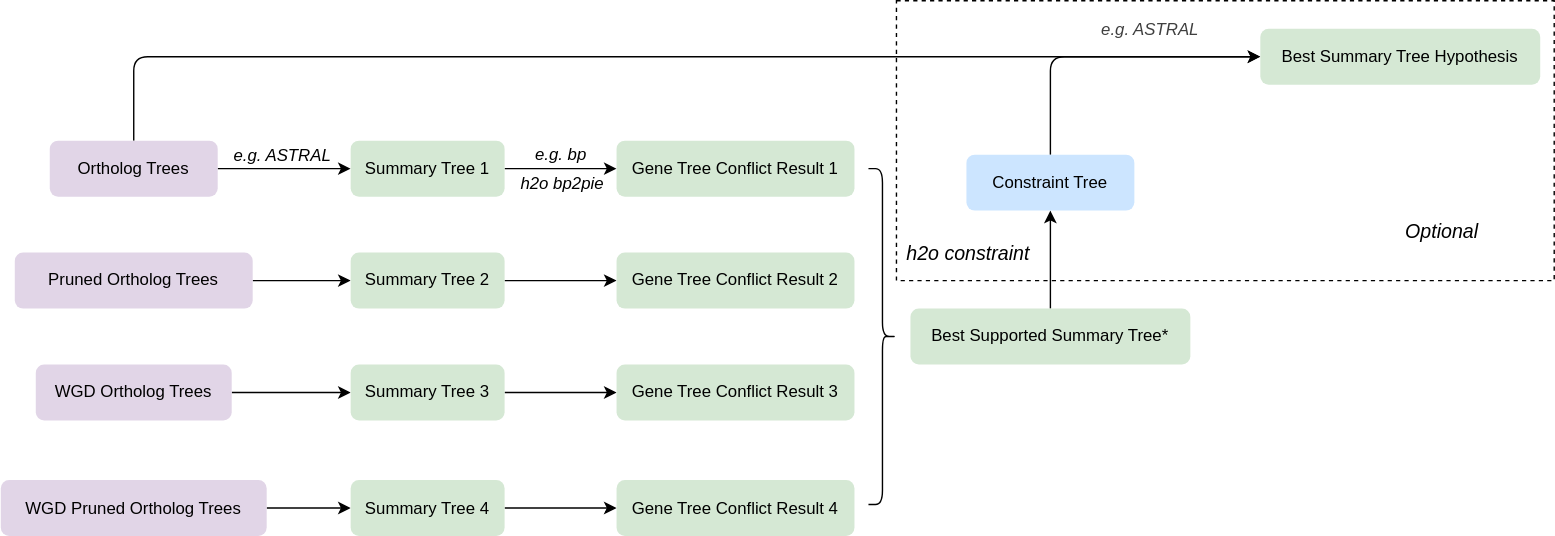
The draw.io diagram tutorials/main_workflow2.drawio.svg in fkyeeb/H2O, before a commit. Source tidied: cells renumbered, new cells last; positions are measured from the earlier drawing's top-left corner, leaving out a move shared by most shapes. The source it was exported from:
```xml
<mxGraphModel>
  <root>
    <mxCell id="0" />
    <mxCell id="1" parent="0" />
    <mxCell id="2" style="edgeStyle=none;html=1;exitX=1;exitY=0.5;exitDx=0;exitDy=0;entryX=0;entryY=0.5;entryDx=0;entryDy=0;" parent="1" edge="1" source="5" target="14">
      <mxGeometry relative="1" as="geometry" />
    </mxCell>
    <mxCell id="3" value="&lt;i&gt;&lt;font style=&quot;font-size: 12px;&quot;&gt;e.g. ASTRAL&lt;/font&gt;&lt;/i&gt;" style="edgeLabel;html=1;align=center;verticalAlign=middle;" parent="2" vertex="1">
      <mxGeometry x="-0.14" y="-2" relative="1" as="geometry">
        <mxPoint x="4" y="-12" as="offset" />
      </mxGeometry>
    </mxCell>
    <mxCell id="4" style="edgeStyle=orthogonalEdgeStyle;html=1;exitX=0.5;exitY=0;exitDx=0;exitDy=0;entryX=0;entryY=0.5;entryDx=0;entryDy=0;" parent="1" edge="1" source="5" target="32">
      <mxGeometry relative="1" as="geometry" />
    </mxCell>
    <mxCell id="5" value="Ortholog Trees" style="rounded=1;whiteSpace=wrap;html=1;fontSize=12;glass=0;strokeWidth=1;shadow=0;fillColor=#e1d5e7;strokeColor=none;" parent="1" vertex="1">
      <mxGeometry x="35" y="100" width="120" height="40" as="geometry" />
    </mxCell>
    <mxCell id="6" style="edgeStyle=none;html=1;exitX=1;exitY=0.5;exitDx=0;exitDy=0;entryX=0;entryY=0.5;entryDx=0;entryDy=0;" parent="1" edge="1" source="7" target="16">
      <mxGeometry relative="1" as="geometry" />
    </mxCell>
    <mxCell id="7" value="Pruned Ortholog Trees" style="rounded=1;whiteSpace=wrap;html=1;fontSize=12;glass=0;strokeWidth=1;shadow=0;fillColor=#e1d5e7;strokeColor=none;" parent="1" vertex="1">
      <mxGeometry x="10" y="180" width="170" height="40" as="geometry" />
    </mxCell>
    <mxCell id="8" style="edgeStyle=none;html=1;exitX=1;exitY=0.5;exitDx=0;exitDy=0;entryX=0;entryY=0.5;entryDx=0;entryDy=0;" parent="1" edge="1" source="9" target="18">
      <mxGeometry relative="1" as="geometry" />
    </mxCell>
    <mxCell id="9" value="WGD Ortholog Trees" style="rounded=1;whiteSpace=wrap;html=1;fontSize=12;glass=0;strokeWidth=1;shadow=0;fillColor=#e1d5e7;strokeColor=none;" parent="1" vertex="1">
      <mxGeometry x="25" y="260" width="140" height="40" as="geometry" />
    </mxCell>
    <mxCell id="10" style="edgeStyle=none;html=1;exitX=1;exitY=0.5;exitDx=0;exitDy=0;entryX=0;entryY=0.5;entryDx=0;entryDy=0;" parent="1" edge="1" source="11" target="20">
      <mxGeometry relative="1" as="geometry" />
    </mxCell>
    <mxCell id="11" value="WGD Pruned Ortholog Trees" style="rounded=1;whiteSpace=wrap;html=1;fontSize=12;glass=0;strokeWidth=1;shadow=0;fillColor=#e1d5e7;strokeColor=none;" parent="1" vertex="1">
      <mxGeometry y="342.5" width="190" height="40" as="geometry" />
    </mxCell>
    <mxCell id="12" value="&lt;i&gt;&lt;font style=&quot;font-size: 12px;&quot;&gt;e.g. bp&lt;/font&gt;&lt;/i&gt;" style="edgeStyle=none;html=1;exitX=1;exitY=0.5;exitDx=0;exitDy=0;entryX=0;entryY=0.5;entryDx=0;entryDy=0;" parent="1" edge="1" source="14" target="21">
      <mxGeometry y="10" relative="1" as="geometry" />
    </mxCell>
    <mxCell id="13" value="&lt;i&gt;&lt;font style=&quot;font-size: 12px;&quot;&gt;h2o bp2pie&lt;/font&gt;&lt;/i&gt;" style="edgeLabel;html=1;align=center;verticalAlign=middle;" parent="12" vertex="1">
      <mxGeometry y="1" relative="1" as="geometry">
        <mxPoint y="11" as="offset" />
      </mxGeometry>
    </mxCell>
    <mxCell id="14" value="Summary Tree 1" style="rounded=1;whiteSpace=wrap;html=1;fontSize=12;glass=0;strokeWidth=1;shadow=0;fillColor=#d5e8d4;strokeColor=none;" parent="1" vertex="1">
      <mxGeometry x="250" y="100" width="110" height="40" as="geometry" />
    </mxCell>
    <mxCell id="15" style="edgeStyle=none;html=1;exitX=1;exitY=0.5;exitDx=0;exitDy=0;entryX=0;entryY=0.5;entryDx=0;entryDy=0;" parent="1" edge="1" source="16" target="22">
      <mxGeometry relative="1" as="geometry" />
    </mxCell>
    <mxCell id="16" value="Summary Tree 2" style="rounded=1;whiteSpace=wrap;html=1;fontSize=12;glass=0;strokeWidth=1;shadow=0;fillColor=#d5e8d4;strokeColor=none;" parent="1" vertex="1">
      <mxGeometry x="250" y="180" width="110" height="40" as="geometry" />
    </mxCell>
    <mxCell id="17" style="edgeStyle=none;html=1;exitX=1;exitY=0.5;exitDx=0;exitDy=0;entryX=0;entryY=0.5;entryDx=0;entryDy=0;" parent="1" edge="1" source="18" target="23">
      <mxGeometry relative="1" as="geometry" />
    </mxCell>
    <mxCell id="18" value="Summary Tree 3" style="rounded=1;whiteSpace=wrap;html=1;fontSize=12;glass=0;strokeWidth=1;shadow=0;fillColor=#d5e8d4;strokeColor=none;" parent="1" vertex="1">
      <mxGeometry x="250" y="260" width="110" height="40" as="geometry" />
    </mxCell>
    <mxCell id="19" style="edgeStyle=none;html=1;exitX=1;exitY=0.5;exitDx=0;exitDy=0;" parent="1" edge="1" source="20" target="24">
      <mxGeometry relative="1" as="geometry" />
    </mxCell>
    <mxCell id="20" value="Summary Tree 4" style="rounded=1;whiteSpace=wrap;html=1;fontSize=12;glass=0;strokeWidth=1;shadow=0;fillColor=#d5e8d4;strokeColor=none;" parent="1" vertex="1">
      <mxGeometry x="250" y="342.5" width="110" height="40" as="geometry" />
    </mxCell>
    <mxCell id="21" value="Gene Tree Conflict Result 1" style="rounded=1;whiteSpace=wrap;html=1;fontSize=12;glass=0;strokeWidth=1;shadow=0;fillColor=#d5e8d4;strokeColor=none;" parent="1" vertex="1">
      <mxGeometry x="440" y="100" width="170" height="40" as="geometry" />
    </mxCell>
    <mxCell id="22" value="Gene Tree Conflict Result 2" style="rounded=1;whiteSpace=wrap;html=1;fontSize=12;glass=0;strokeWidth=1;shadow=0;fillColor=#d5e8d4;strokeColor=none;" parent="1" vertex="1">
      <mxGeometry x="440" y="180" width="170" height="40" as="geometry" />
    </mxCell>
    <mxCell id="23" value="Gene Tree Conflict Result 3" style="rounded=1;whiteSpace=wrap;html=1;fontSize=12;glass=0;strokeWidth=1;shadow=0;fillColor=#d5e8d4;strokeColor=none;" parent="1" vertex="1">
      <mxGeometry x="440" y="260" width="170" height="40" as="geometry" />
    </mxCell>
    <mxCell id="24" value="Gene Tree Conflict Result 4" style="rounded=1;whiteSpace=wrap;html=1;fontSize=12;glass=0;strokeWidth=1;shadow=0;fillColor=#d5e8d4;strokeColor=none;" parent="1" vertex="1">
      <mxGeometry x="440" y="342.5" width="170" height="40" as="geometry" />
    </mxCell>
    <mxCell id="25" style="shape=curlyBracket;whiteSpace=wrap;html=1;rounded=1;flipH=1;labelPosition=right;verticalLabelPosition=middle;align=left;verticalAlign=middle;" parent="1" vertex="1">
      <mxGeometry x="620" y="120" width="20" height="240" as="geometry" />
    </mxCell>
    <mxCell id="26" style="edgeStyle=none;html=1;exitX=0.5;exitY=0;exitDx=0;exitDy=0;entryX=0.5;entryY=1;entryDx=0;entryDy=0;" parent="1" edge="1" source="28" target="31">
      <mxGeometry relative="1" as="geometry" />
    </mxCell>
    <mxCell id="27" value="&lt;i&gt;&lt;font style=&quot;font-size: 14px;&quot;&gt;h2o constraint&lt;/font&gt;&lt;/i&gt;" style="edgeLabel;html=1;align=center;verticalAlign=middle;" parent="26" vertex="1">
      <mxGeometry x="-0.33" y="1" relative="1" as="geometry">
        <mxPoint x="-59" y="-16" as="offset" />
      </mxGeometry>
    </mxCell>
    <mxCell id="28" value="Best Supported Summary Tree*" style="rounded=1;whiteSpace=wrap;html=1;fontSize=12;glass=0;strokeWidth=1;shadow=0;fillColor=#d5e8d4;strokeColor=none;" parent="1" vertex="1">
      <mxGeometry x="650" y="220" width="200" height="40" as="geometry" />
    </mxCell>
    <mxCell id="29" style="edgeStyle=orthogonalEdgeStyle;html=1;exitX=0.5;exitY=0;exitDx=0;exitDy=0;entryX=0;entryY=0.5;entryDx=0;entryDy=0;" parent="1" edge="1" source="31" target="32">
      <mxGeometry relative="1" as="geometry" />
    </mxCell>
    <mxCell id="30" value="&lt;i style=&quot;scrollbar-color: rgb(226, 226, 226) rgb(251, 251, 251); color: rgb(63, 63, 63);&quot;&gt;&lt;font style=&quot;scrollbar-color: rgb(226, 226, 226) rgb(251, 251, 251); font-size: 12px; color: rgb(63, 63, 63);&quot;&gt;e.g. ASTRAL&lt;/font&gt;&lt;/i&gt;" style="edgeLabel;html=1;align=center;verticalAlign=middle;" parent="29" vertex="1">
      <mxGeometry x="0.18" y="1" relative="1" as="geometry">
        <mxPoint x="10" y="-19" as="offset" />
      </mxGeometry>
    </mxCell>
    <mxCell id="31" value="Constraint Tree" style="rounded=1;whiteSpace=wrap;html=1;fontSize=12;glass=0;strokeWidth=1;shadow=0;fillColor=#cce5ff;strokeColor=none;" parent="1" vertex="1">
      <mxGeometry x="690" y="110" width="120" height="40" as="geometry" />
    </mxCell>
    <mxCell id="32" value="Best Summary Tree Hypothesis" style="rounded=1;whiteSpace=wrap;html=1;fontSize=12;glass=0;strokeWidth=1;shadow=0;fillColor=#d5e8d4;strokeColor=none;" parent="1" vertex="1">
      <mxGeometry x="900" y="20" width="200" height="40" as="geometry" />
    </mxCell>
    <mxCell id="33" style="rounded=0;whiteSpace=wrap;html=1;fillColor=none;dashed=1;" parent="1" vertex="1">
      <mxGeometry x="640" width="470" height="200" as="geometry" />
    </mxCell>
    <mxCell id="34" value="&lt;i&gt;&lt;font style=&quot;font-size: 14px;&quot;&gt;Optional&lt;/font&gt;&lt;/i&gt;" style="text;html=1;align=center;verticalAlign=middle;whiteSpace=wrap;rounded=0;" parent="1" vertex="1">
      <mxGeometry x="1000" y="150" width="60" height="30" as="geometry" />
    </mxCell>
  </root>
</mxGraphModel>
```
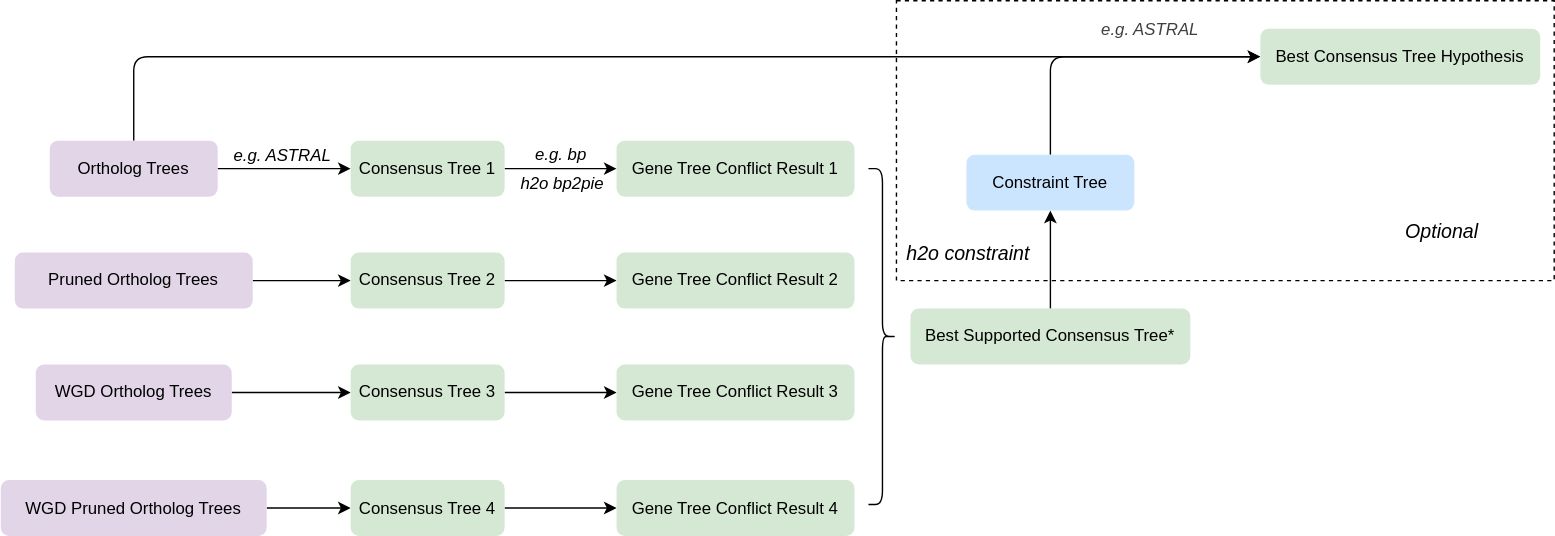
Above is the later version.

Diff of the diagram source:
```diff
@@ -42,25 +42,25 @@
         <mxPoint y="11" as="offset" />
       </mxGeometry>
     </mxCell>
-    <mxCell id="14" value="Summary Tree 1" style="rounded=1;whiteSpace=wrap;html=1;fontSize=12;glass=0;strokeWidth=1;shadow=0;fillColor=#d5e8d4;strokeColor=none;" parent="1" vertex="1">
+    <mxCell id="14" value="&lt;span style=&quot;color: rgb(0, 0, 0);&quot;&gt;Consensus&lt;/span&gt;&amp;nbsp;Tree 1" style="rounded=1;whiteSpace=wrap;html=1;fontSize=12;glass=0;strokeWidth=1;shadow=0;fillColor=#d5e8d4;strokeColor=none;" parent="1" vertex="1">
       <mxGeometry x="250" y="100" width="110" height="40" as="geometry" />
     </mxCell>
     <mxCell id="15" style="edgeStyle=none;html=1;exitX=1;exitY=0.5;exitDx=0;exitDy=0;entryX=0;entryY=0.5;entryDx=0;entryDy=0;" parent="1" edge="1" source="16" target="22">
       <mxGeometry relative="1" as="geometry" />
     </mxCell>
-    <mxCell id="16" value="Summary Tree 2" style="rounded=1;whiteSpace=wrap;html=1;fontSize=12;glass=0;strokeWidth=1;shadow=0;fillColor=#d5e8d4;strokeColor=none;" parent="1" vertex="1">
+    <mxCell id="16" value="&lt;span style=&quot;color: rgb(0, 0, 0);&quot;&gt;Consensus&lt;/span&gt;&amp;nbsp;Tree 2" style="rounded=1;whiteSpace=wrap;html=1;fontSize=12;glass=0;strokeWidth=1;shadow=0;fillColor=#d5e8d4;strokeColor=none;" parent="1" vertex="1">
       <mxGeometry x="250" y="180" width="110" height="40" as="geometry" />
     </mxCell>
     <mxCell id="17" style="edgeStyle=none;html=1;exitX=1;exitY=0.5;exitDx=0;exitDy=0;entryX=0;entryY=0.5;entryDx=0;entryDy=0;" parent="1" edge="1" source="18" target="23">
       <mxGeometry relative="1" as="geometry" />
     </mxCell>
-    <mxCell id="18" value="Summary Tree 3" style="rounded=1;whiteSpace=wrap;html=1;fontSize=12;glass=0;strokeWidth=1;shadow=0;fillColor=#d5e8d4;strokeColor=none;" parent="1" vertex="1">
+    <mxCell id="18" value="&lt;span style=&quot;color: rgb(0, 0, 0);&quot;&gt;Consensus&lt;/span&gt;&amp;nbsp;Tree 3" style="rounded=1;whiteSpace=wrap;html=1;fontSize=12;glass=0;strokeWidth=1;shadow=0;fillColor=#d5e8d4;strokeColor=none;" parent="1" vertex="1">
       <mxGeometry x="250" y="260" width="110" height="40" as="geometry" />
     </mxCell>
     <mxCell id="19" style="edgeStyle=none;html=1;exitX=1;exitY=0.5;exitDx=0;exitDy=0;" parent="1" edge="1" source="20" target="24">
       <mxGeometry relative="1" as="geometry" />
     </mxCell>
-    <mxCell id="20" value="Summary Tree 4" style="rounded=1;whiteSpace=wrap;html=1;fontSize=12;glass=0;strokeWidth=1;shadow=0;fillColor=#d5e8d4;strokeColor=none;" parent="1" vertex="1">
+    <mxCell id="20" value="&lt;span style=&quot;color: rgb(0, 0, 0);&quot;&gt;Consensus&lt;/span&gt;&amp;nbsp;Tree 4" style="rounded=1;whiteSpace=wrap;html=1;fontSize=12;glass=0;strokeWidth=1;shadow=0;fillColor=#d5e8d4;strokeColor=none;" parent="1" vertex="1">
       <mxGeometry x="250" y="342.5" width="110" height="40" as="geometry" />
     </mxCell>
     <mxCell id="21" value="Gene Tree Conflict Result 1" style="rounded=1;whiteSpace=wrap;html=1;fontSize=12;glass=0;strokeWidth=1;shadow=0;fillColor=#d5e8d4;strokeColor=none;" parent="1" vertex="1">
@@ -86,7 +86,7 @@
         <mxPoint x="-59" y="-16" as="offset" />
       </mxGeometry>
     </mxCell>
-    <mxCell id="28" value="Best Supported Summary Tree*" style="rounded=1;whiteSpace=wrap;html=1;fontSize=12;glass=0;strokeWidth=1;shadow=0;fillColor=#d5e8d4;strokeColor=none;" parent="1" vertex="1">
+    <mxCell id="28" value="Best Supported&amp;nbsp;&lt;span style=&quot;color: rgb(0, 0, 0);&quot;&gt;Consensus&lt;/span&gt;&amp;nbsp;Tree*" style="rounded=1;whiteSpace=wrap;html=1;fontSize=12;glass=0;strokeWidth=1;shadow=0;fillColor=#d5e8d4;strokeColor=none;" parent="1" vertex="1">
       <mxGeometry x="650" y="220" width="200" height="40" as="geometry" />
     </mxCell>
     <mxCell id="29" style="edgeStyle=orthogonalEdgeStyle;html=1;exitX=0.5;exitY=0;exitDx=0;exitDy=0;entryX=0;entryY=0.5;entryDx=0;entryDy=0;" parent="1" edge="1" source="31" target="32">
@@ -100,7 +100,7 @@
     <mxCell id="31" value="Constraint Tree" style="rounded=1;whiteSpace=wrap;html=1;fontSize=12;glass=0;strokeWidth=1;shadow=0;fillColor=#cce5ff;strokeColor=none;" parent="1" vertex="1">
       <mxGeometry x="690" y="110" width="120" height="40" as="geometry" />
     </mxCell>
-    <mxCell id="32" value="Best Summary Tree Hypothesis" style="rounded=1;whiteSpace=wrap;html=1;fontSize=12;glass=0;strokeWidth=1;shadow=0;fillColor=#d5e8d4;strokeColor=none;" parent="1" vertex="1">
+    <mxCell id="32" value="Best&amp;nbsp;&lt;span style=&quot;color: rgb(0, 0, 0);&quot;&gt;Consensus&lt;/span&gt;&amp;nbsp;Tree Hypothesis" style="rounded=1;whiteSpace=wrap;html=1;fontSize=12;glass=0;strokeWidth=1;shadow=0;fillColor=#d5e8d4;strokeColor=none;" parent="1" vertex="1">
       <mxGeometry x="900" y="20" width="200" height="40" as="geometry" />
     </mxCell>
     <mxCell id="33" style="rounded=0;whiteSpace=wrap;html=1;fillColor=none;dashed=1;" parent="1" vertex="1">
```
